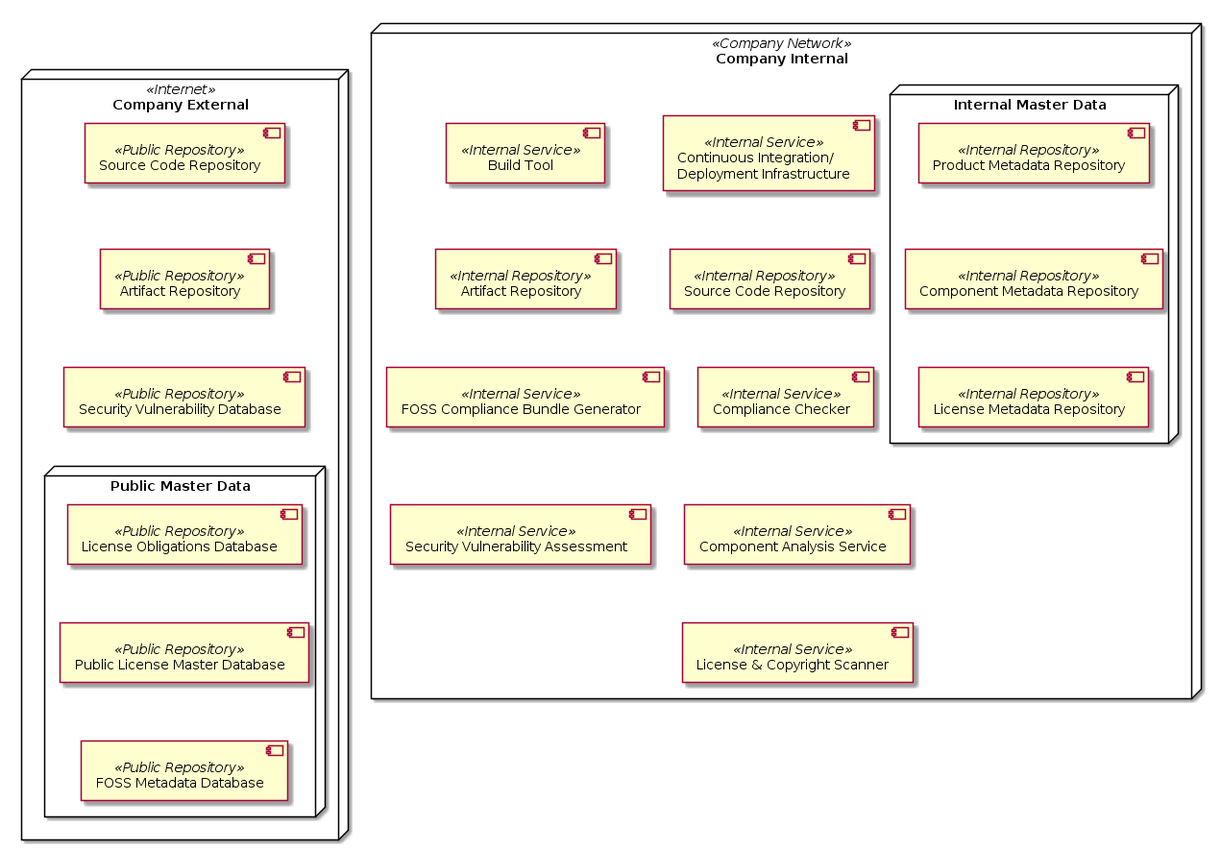
The PlantUML diagram Tooling-Landscape/Unanimous-Understanding/OSS_Tooling_Landscape_UMLComp.png in Open-Source-Compliance/Sharing-creates-value, before a commit. Source of this version:
```plantuml
@startuml


skinparam componentStyle uml2

node "Company External" <<Internet>> {

    component [Source Code Repository] as publicsource <<Public Repository>>

    component [Artifact Repository] as publicartifacts <<Public Repository>>

    component [Security Vulnerability Database] as publicvulnerabilities <<Public Repository>>

    node "Public Master Data" {

        component [License Obligations Database] as publicobligations <<Public Repository>>

        component [Public License Master Database] as publiclicenses <<Public Repository>>

        component [FOSS Metadata Database] as publicmetadata <<Public Repository>>

    }

}


node "Company Internal" <<Company Network>> {

    component [Continuous Integration/\nDeployment Infrastructure] as cicd <<Internal Service>>

    component [Build Tool] as buildsystem <<Internal Service>>

    component [Source Code Repository] as internalsource <<Internal Repository>>

    component [Artifact Repository] as internalartifacts <<Internal Repository>>

    component [Compliance Checker] as compliancechecker <<Internal Service>>

    component [FOSS Compliance Bundle Generator] as fossbundlegenerator <<Internal Service>>

    component [Component Analysis Service] as componentanalysis <<Internal Service>>

    component [License & Copyright Scanner] as licensescanner <<Internal Service>>

    component [Security Vulnerability Assessment] as securityassessment <<Internal Service>>

    node "Internal Master Data" {

        component [Product Metadata Repository] as productinventory <<Internal Repository>>

        component [Component Metadata Repository] as componentinventory <<Internal Repository>>

        component [License Metadata Repository] as licenses <<Internal Repository>>

    }

}


publicsource -[hidden]-> publicartifacts
publicartifacts -[hidden]-> publicvulnerabilities
publicvulnerabilities -[hidden]-> publicobligations

publicobligations -[hidden]-> publiclicenses
publiclicenses -[hidden]-> publicmetadata

cicd -[hidden]-> internalsource
buildsystem -[hidden]-> internalartifacts
internalsource -[hidden]-> compliancechecker
internalartifacts -[hidden]-> fossbundlegenerator
compliancechecker -[hidden]-> componentanalysis
fossbundlegenerator -[hidden]-> securityassessment
componentanalysis -[hidden]-> licensescanner

productinventory -[hidden]-> componentinventory
componentinventory -[hidden]-> licenses
@enduml
```
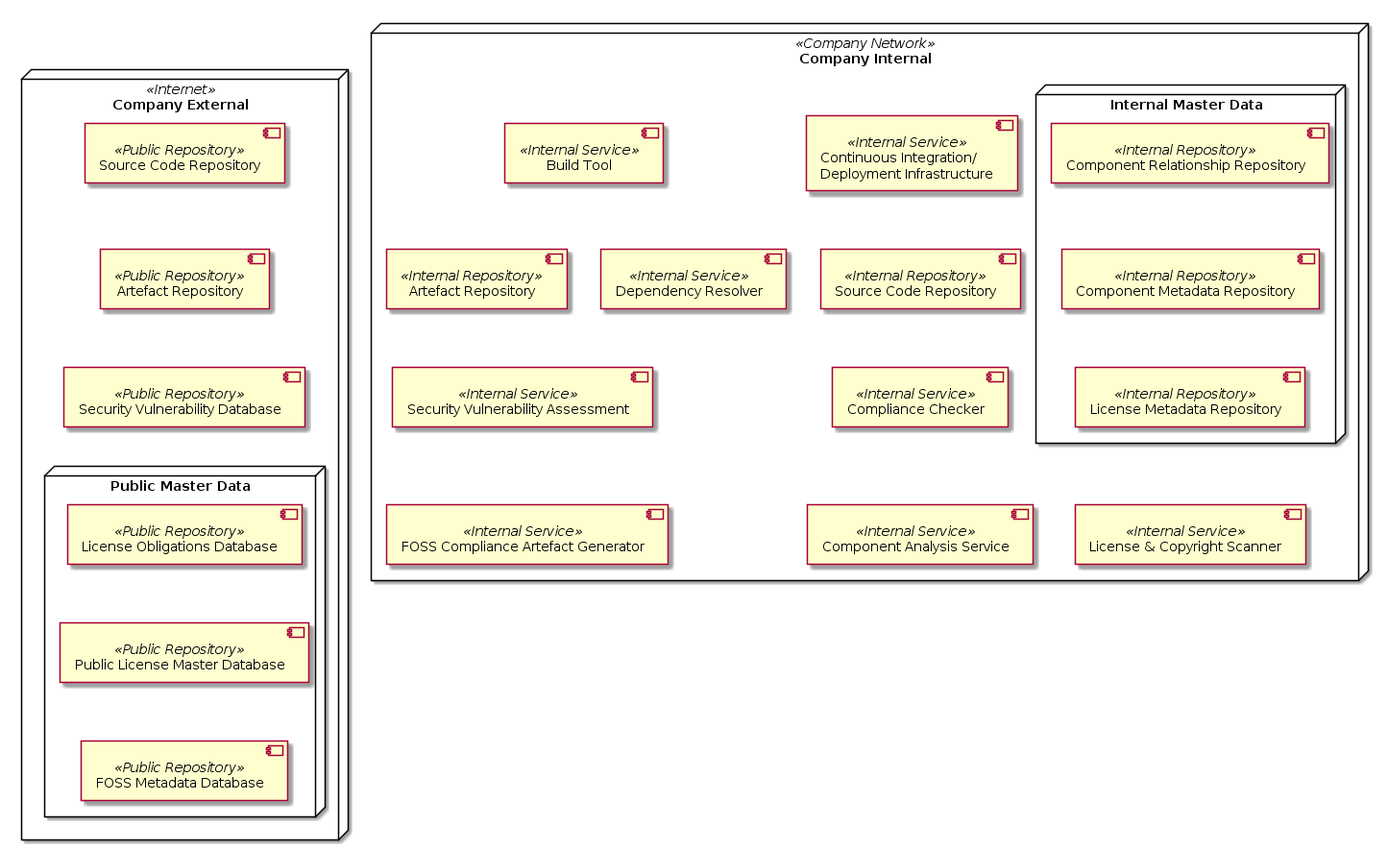
Later version of the same file.

Commit message:
Adapted the plantuml model to latest changes in glossary

The edit, as a diff of the source:
```diff
@@ -7,7 +7,7 @@
 
     component [Source Code Repository] as publicsource <<Public Repository>>
 
-    component [Artifact Repository] as publicartifacts <<Public Repository>>
+    component [Artefact Repository] as publicartefacts <<Public Repository>>
 
     component [Security Vulnerability Database] as publicvulnerabilities <<Public Repository>>
 
@@ -32,11 +32,13 @@
 
     component [Source Code Repository] as internalsource <<Internal Repository>>
 
-    component [Artifact Repository] as internalartifacts <<Internal Repository>>
+    component [Artefact Repository] as internalartefacts <<Internal Repository>>
 
     component [Compliance Checker] as compliancechecker <<Internal Service>>
 
-    component [FOSS Compliance Bundle Generator] as fossbundlegenerator <<Internal Service>>
+    component [Dependency Resolver] as dependencyresolver <<Internal Service>>
+
+    component [FOSS Compliance Artefact Generator] as fossartefactgenerator <<Internal Service>>
 
     component [Component Analysis Service] as componentanalysis <<Internal Service>>
 
@@ -46,9 +48,9 @@
 
     node "Internal Master Data" {
 
-        component [Product Metadata Repository] as productinventory <<Internal Repository>>
+        component [Component Relationship Repository] as componentrelationships <<Internal Repository>>
 
-        component [Component Metadata Repository] as componentinventory <<Internal Repository>>
+        component [Component Metadata Repository] as componentmetadata <<Internal Repository>>
 
         component [License Metadata Repository] as licenses <<Internal Repository>>
 
@@ -57,21 +59,22 @@
 }
 
 
-publicsource -[hidden]-> publicartifacts
-publicartifacts -[hidden]-> publicvulnerabilities
+publicsource -[hidden]-> publicartefacts
+publicartefacts -[hidden]-> publicvulnerabilities
 publicvulnerabilities -[hidden]-> publicobligations
 
 publicobligations -[hidden]-> publiclicenses
 publiclicenses -[hidden]-> publicmetadata
 
 cicd -[hidden]-> internalsource
-buildsystem -[hidden]-> internalartifacts
+buildsystem -[hidden]-> internalartefacts
+buildsystem -[hidden]-> dependencyresolver
 internalsource -[hidden]-> compliancechecker
-internalartifacts -[hidden]-> fossbundlegenerator
+internalartefacts -[hidden]-> securityassessment
 compliancechecker -[hidden]-> componentanalysis
-fossbundlegenerator -[hidden]-> securityassessment
-componentanalysis -[hidden]-> licensescanner
+securityassessment -[hidden]-> fossartefactgenerator
+licenses -[hidden]-> licensescanner
 
-productinventory -[hidden]-> componentinventory
-componentinventory -[hidden]-> licenses
+componentrelationships -[hidden]-> componentmetadata
+componentmetadata -[hidden]-> licenses
 @enduml
```
